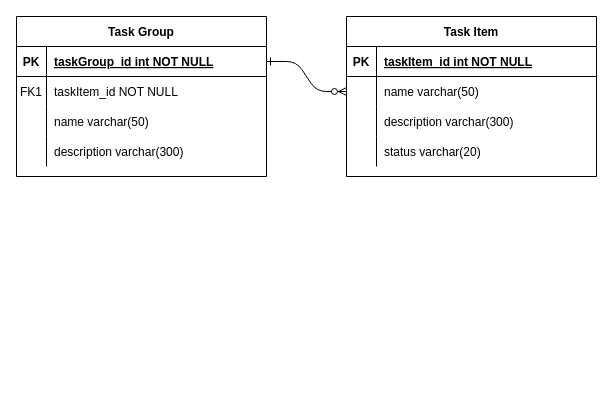
Ace272/Task-Manager-Application keeps this draw.io diagram as Documentation/ER.drawio. Above is the earlier version. Source tidied: cells renumbered, new cells numbered last; positions are measured from the earlier drawing's top-left corner, leaving out a move shared by most shapes. Both pictures are drawn from the tidied source at 100%, with x=0, y=0 at pixel (16, 16).
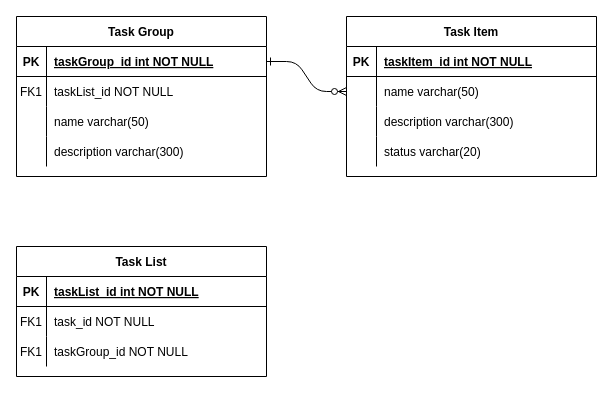
Above is the later version.

Commit message:
Modication in ER diagram

The change refers to these unchanged cells:
```xml
<mxCell id="20" style="shape=partialRectangle;fillColor=none;top=0;left=0;right=0;bottom=0;" parent="16" vertex="1">
  <mxGeometry y="60" width="250" height="30" as="geometry" />
</mxCell>
```

The edit, as a diff of the source:
```diff
@@
-    <mxCell id="22" value="taskItem_id NOT NULL" style="shape=partialRectangle;overflow=hidden;fillColor=none;top=0;left=0;bottom=0;right=0;align=left;spacingLeft=6;" parent="20" vertex="1">
+    <mxCell id="22" value="taskList_id NOT NULL" style="shape=partialRectangle;overflow=hidden;fillColor=none;top=0;left=0;bottom=0;right=0;align=left;spacingLeft=6;" parent="20" vertex="1">
       <mxGeometry x="30" width="220" height="30" as="geometry" />
     </mxCell>
@@
+    <mxCell id="29" value="Task List" style="shape=table;startSize=30;childLayout=tableLayout;rowLines=0;fontStyle=1;align=center;" parent="1" vertex="1">
+      <mxGeometry y="230" width="250" height="130" as="geometry" />
+    </mxCell>
+    <mxCell id="30" style="shape=partialRectangle;fillColor=none;top=0;left=0;right=0;bottom=1;" parent="29" vertex="1">
+      <mxGeometry y="30" width="250" height="30" as="geometry" />
+    </mxCell>
+    <mxCell id="31" value="PK" style="shape=partialRectangle;overflow=hidden;fillColor=none;top=0;left=0;bottom=0;right=0;fontStyle=1;" parent="30" vertex="1">
+      <mxGeometry width="30" height="30" as="geometry" />
+    </mxCell>
+    <mxCell id="32" value="taskList_id int NOT NULL " style="shape=partialRectangle;overflow=hidden;fillColor=none;top=0;left=0;bottom=0;right=0;align=left;spacingLeft=6;fontStyle=5;" parent="30" vertex="1">
+      <mxGeometry x="30" width="220" height="30" as="geometry" />
+    </mxCell>
+    <mxCell id="33" style="shape=partialRectangle;fillColor=none;top=0;left=0;right=0;bottom=0;" parent="29" vertex="1">
+      <mxGeometry y="60" width="250" height="30" as="geometry" />
+    </mxCell>
+    <mxCell id="34" value="FK1" style="shape=partialRectangle;overflow=hidden;fillColor=none;top=0;left=0;bottom=0;right=0;" parent="33" vertex="1">
+      <mxGeometry width="30" height="30" as="geometry" />
+    </mxCell>
+    <mxCell id="35" value="task_id NOT NULL" style="shape=partialRectangle;overflow=hidden;fillColor=none;top=0;left=0;bottom=0;right=0;align=left;spacingLeft=6;" parent="33" vertex="1">
+      <mxGeometry x="30" width="220" height="30" as="geometry" />
+    </mxCell>
+    <mxCell id="36" style="shape=partialRectangle;fillColor=none;top=0;left=0;right=0;bottom=0;" parent="29" vertex="1">
+      <mxGeometry y="90" width="250" height="30" as="geometry" />
+    </mxCell>
+    <mxCell id="37" value="FK1" style="shape=partialRectangle;overflow=hidden;fillColor=none;top=0;left=0;bottom=0;right=0;" parent="36" vertex="1">
+      <mxGeometry width="30" height="30" as="geometry" />
+    </mxCell>
+    <mxCell id="38" value="taskGroup_id NOT NULL" style="shape=partialRectangle;overflow=hidden;fillColor=none;top=0;left=0;bottom=0;right=0;align=left;spacingLeft=6;" parent="36" vertex="1">
+      <mxGeometry x="30" width="220" height="30" as="geometry" />
+    </mxCell>
```
